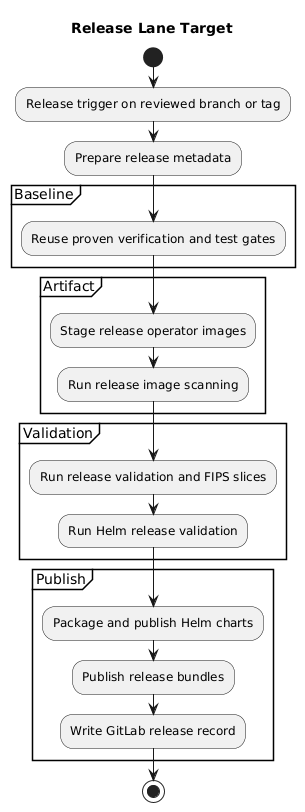
Earlier version of the PlantUML export gitlab-ci/diagrams/release-lane-target.png (splunk/splunk-operator).
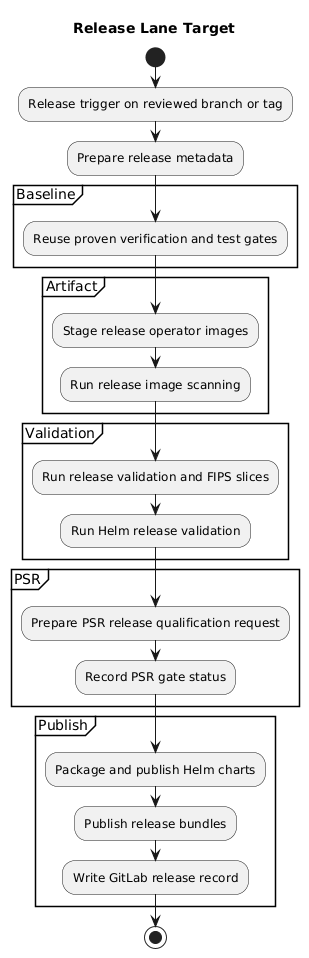
After the change.

Commit message:
CSPL-4672 docs: make psr explicit in release diagram

What changed in the source:
```diff
@@ -18,6 +18,11 @@
   :Run Helm release validation;
 }
 
+partition PSR {
+  :Prepare PSR release qualification request;
+  :Record PSR gate status;
+}
+
 partition Publish {
   :Package and publish Helm charts;
   :Publish release bundles;
```
